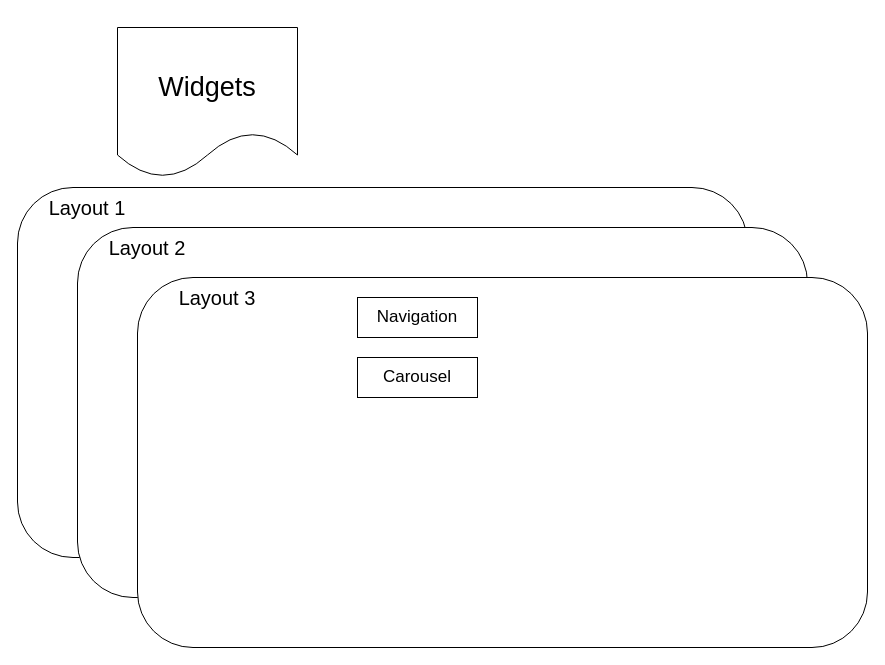
Before: Homepage.drawio in masteryijian/Hallo-World-, a draw.io diagram. Source tidied: cells renumbered, new cells numbered last; positions are measured from the earlier drawing's top-left corner, leaving out a move shared by most shapes. Both pictures are drawn from the tidied source at 100%, with x=0, y=0 at pixel (17, 17).
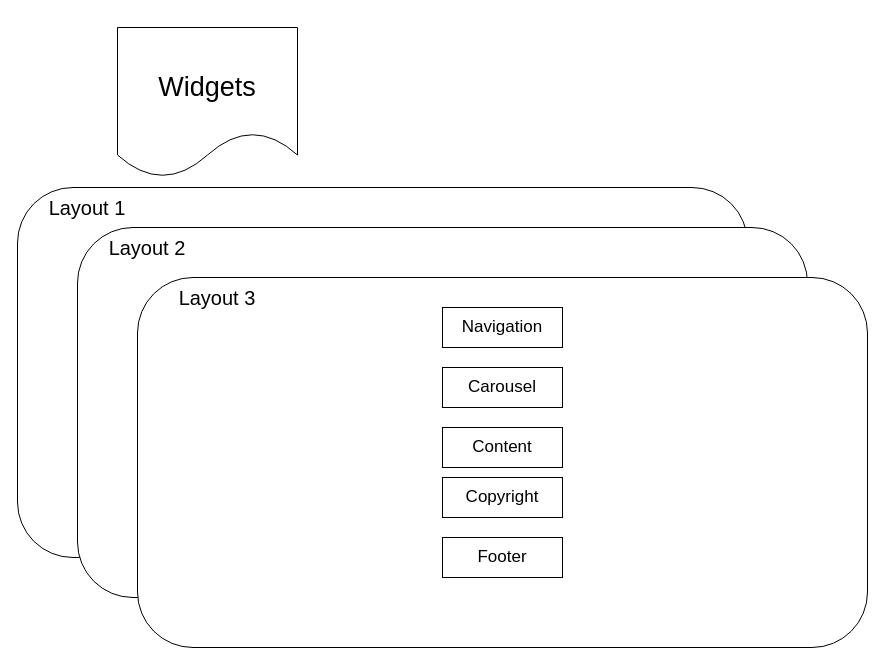
After the change.

Diff of the diagram source:
```diff
@@
 <mxGraphModel>
   <root>
     <mxCell id="0" />
     <mxCell id="1" parent="0" />
     <mxCell id="2" style="shape=document;whiteSpace=wrap;html=1;boundedLbl=1;fontSize=27;" parent="1" vertex="1">
       <mxGeometry x="100" y="10" width="180" height="150" as="geometry" />
     </mxCell>
     <mxCell id="3" value="Widgets" style="text;html=1;strokeColor=none;fillColor=none;align=center;verticalAlign=middle;whiteSpace=wrap;rounded=0;fontSize=27;" parent="1" vertex="1">
       <mxGeometry x="105" width="170" height="140" as="geometry" />
     </mxCell>
     <mxCell id="4" style="rounded=1;whiteSpace=wrap;html=1;fontSize=27;" parent="1" vertex="1">
       <mxGeometry y="170" width="730" height="370" as="geometry" />
     </mxCell>
     <mxCell id="5" value="Layout 1" style="text;html=1;strokeColor=none;fillColor=none;align=center;verticalAlign=middle;whiteSpace=wrap;rounded=0;fontSize=20;" parent="1" vertex="1">
       <mxGeometry x="20" y="180" width="100" height="20" as="geometry" />
     </mxCell>
     <mxCell id="6" style="rounded=1;whiteSpace=wrap;html=1;fontSize=27;" parent="1" vertex="1">
       <mxGeometry x="60" y="210" width="730" height="370" as="geometry" />
     </mxCell>
     <mxCell id="7" style="rounded=1;whiteSpace=wrap;html=1;fontSize=27;" parent="1" vertex="1">
       <mxGeometry x="120" y="260" width="730" height="370" as="geometry" />
     </mxCell>
     <mxCell id="8" value="Layout 2" style="text;html=1;strokeColor=none;fillColor=none;align=center;verticalAlign=middle;whiteSpace=wrap;rounded=0;fontSize=20;" parent="1" vertex="1">
       <mxGeometry x="80" y="220" width="100" height="20" as="geometry" />
     </mxCell>
     <mxCell id="9" value="Layout 3" style="text;html=1;strokeColor=none;fillColor=none;align=center;verticalAlign=middle;whiteSpace=wrap;rounded=0;fontSize=20;" parent="1" vertex="1">
       <mxGeometry x="150" y="270" width="100" height="20" as="geometry" />
     </mxCell>
+    <mxCell id="12" value="Copyright" style="rounded=0;whiteSpace=wrap;html=1;fontSize=17;" parent="1" vertex="1">
+      <mxGeometry x="425" y="460" width="120" height="40" as="geometry" />
+    </mxCell>
+    <mxCell id="13" value="Footer" style="rounded=0;whiteSpace=wrap;html=1;fontSize=17;" parent="1" vertex="1">
+      <mxGeometry x="425" y="520" width="120" height="40" as="geometry" />
+    </mxCell>
     <mxCell id="10" value="Navigation" style="rounded=0;whiteSpace=wrap;html=1;fontSize=17;" parent="1" vertex="1">
-      <mxGeometry x="340" y="280" width="120" height="40" as="geometry" />
+      <mxGeometry x="425" y="290" width="120" height="40" as="geometry" />
     </mxCell>
     <mxCell id="11" value="Carousel" style="rounded=0;whiteSpace=wrap;html=1;fontSize=17;" parent="1" vertex="1">
-      <mxGeometry x="340" y="340" width="120" height="40" as="geometry" />
+      <mxGeometry x="425" y="350" width="120" height="40" as="geometry" />
     </mxCell>
+    <mxCell id="14" value="Content" style="rounded=0;whiteSpace=wrap;html=1;fontSize=17;" parent="1" vertex="1">
+      <mxGeometry x="425" y="410" width="120" height="40" as="geometry" />
+    </mxCell>
   </root>
 </mxGraphModel>
```
